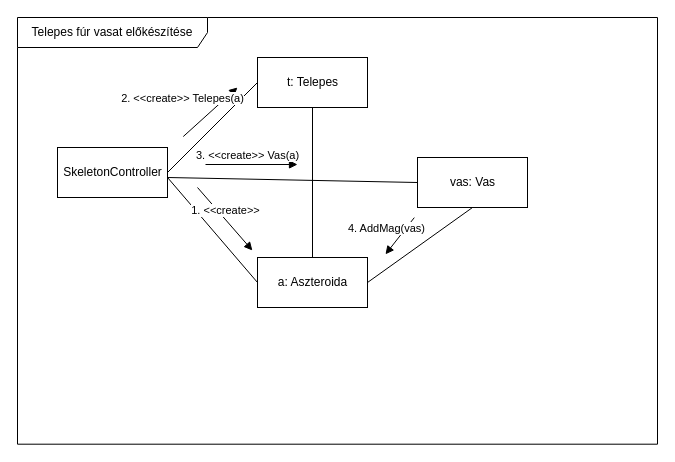
This is page "vas" (1 of 4) of doc/kommunikacio/kom_TelepesFur.drawio from torpeBoiGo/aszteroidabanyaszat, a draw.io file, before an edit. Source tidied: cells renumbered, new cells numbered last; positions are measured from the earlier drawing's top-left corner, leaving out a move shared by most shapes. Both pictures are drawn from the tidied source at 100%, with x=0, y=0 at pixel (17, 17).
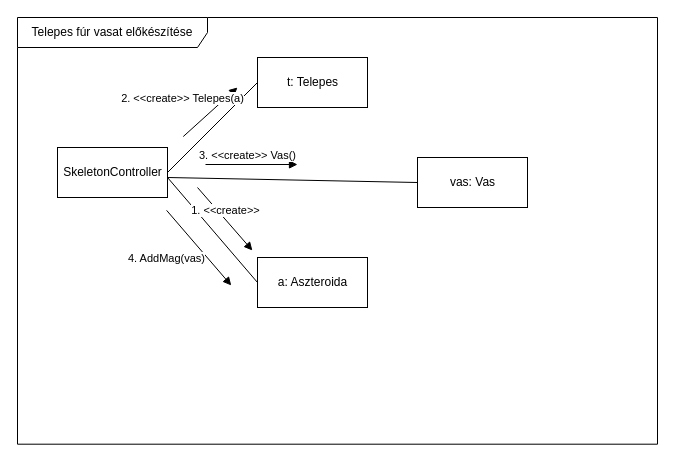
The same page after the edit.

Change to the diagram source:
```diff
@@
 <mxGraphModel background="#ffffff">
   <root>
     <mxCell id="0" />
     <mxCell id="1" parent="0" />
     <mxCell id="2" value="Telepes fúr vasat előkészítése" style="shape=umlFrame;whiteSpace=wrap;html=1;width=190;height=30;" parent="1" vertex="1">
       <mxGeometry width="640" height="426.7" as="geometry" />
     </mxCell>
     <mxCell id="3" value="SkeletonController" style="html=1;" parent="1" vertex="1">
       <mxGeometry x="40" y="130" width="110" height="50" as="geometry" />
     </mxCell>
     <mxCell id="4" value="t: Telepes" style="html=1;" parent="1" vertex="1">
       <mxGeometry x="240" y="40" width="110" height="50" as="geometry" />
     </mxCell>
     <mxCell id="5" value="a: Aszteroida" style="html=1;" parent="1" vertex="1">
       <mxGeometry x="240" y="240" width="110" height="50" as="geometry" />
     </mxCell>
     <mxCell id="6" value="vas: Vas" style="html=1;" parent="1" vertex="1">
       <mxGeometry x="400" y="140" width="110" height="50" as="geometry" />
     </mxCell>
     <mxCell id="7" style="endArrow=none;html=1;exitX=1;exitY=0.5;exitDx=0;exitDy=0;entryX=0;entryY=0.5;entryDx=0;entryDy=0;" parent="1" edge="1" source="3" target="4">
       <mxGeometry relative="1" as="geometry" />
     </mxCell>
     <mxCell id="8" value="2. &amp;lt;&amp;lt;create&amp;gt;&amp;gt; Telepes(a)" style="html=1;verticalAlign=bottom;endArrow=block;exitX=0.259;exitY=0.279;exitDx=0;exitDy=0;exitPerimeter=0;" parent="1" edge="1" source="2">
       <mxGeometry x="-0.47" y="22" relative="1" as="geometry">
         <mxPoint x="220" y="70" as="targetPoint" />
       </mxGeometry>
     </mxCell>
     <mxCell id="9" style="endArrow=none;html=1;entryX=0;entryY=0.5;entryDx=0;entryDy=0;" parent="1" edge="1" target="5">
       <mxGeometry relative="1" as="geometry">
         <mxPoint x="150" y="160" as="sourcePoint" />
       </mxGeometry>
     </mxCell>
     <mxCell id="10" value="1. &amp;lt;&amp;lt;create&amp;gt;&amp;gt;" style="html=1;verticalAlign=bottom;endArrow=block;entryX=0.367;entryY=0.546;entryDx=0;entryDy=0;entryPerimeter=0;" parent="1" edge="1" target="2">
       <mxGeometry relative="1" as="geometry">
         <mxPoint x="180" y="170" as="sourcePoint" />
       </mxGeometry>
     </mxCell>
-    <mxCell id="11" style="endArrow=none;html=1;entryX=0.5;entryY=1;entryDx=0;entryDy=0;" parent="1" edge="1" source="5" target="4">
-      <mxGeometry relative="1" as="geometry" />
-    </mxCell>
     <mxCell id="12" style="endArrow=none;html=1;entryX=0;entryY=0.5;entryDx=0;entryDy=0;" parent="1" edge="1" target="6">
       <mxGeometry relative="1" as="geometry">
         <mxPoint x="150" y="160" as="sourcePoint" />
       </mxGeometry>
     </mxCell>
-    <mxCell id="13" value="3. &amp;lt;&amp;lt;create&amp;gt;&amp;gt; Vas(a)" style="html=1;verticalAlign=bottom;endArrow=block;" parent="1" edge="1">
+    <mxCell id="13" value="3. &amp;lt;&amp;lt;create&amp;gt;&amp;gt; Vas()" style="html=1;verticalAlign=bottom;endArrow=block;" parent="1" edge="1">
       <mxGeometry x="-0.09" relative="1" as="geometry">
         <mxPoint x="188" y="147" as="sourcePoint" />
         <mxPoint x="280" y="147" as="targetPoint" />
       </mxGeometry>
     </mxCell>
-    <mxCell id="14" style="endArrow=none;html=1;exitX=1;exitY=0.5;exitDx=0;exitDy=0;entryX=0.5;entryY=1;entryDx=0;entryDy=0;" parent="1" edge="1" source="5" target="6">
-      <mxGeometry relative="1" as="geometry" />
-    </mxCell>
-    <mxCell id="15" value="4. AddMag(vas)" style="html=1;verticalAlign=bottom;endArrow=block;exitX=0.62;exitY=0.469;exitDx=0;exitDy=0;exitPerimeter=0;entryX=0.575;entryY=0.555;entryDx=0;entryDy=0;entryPerimeter=0;" parent="1" edge="1" source="2" target="2">
-      <mxGeometry x="0.43" y="-10" relative="1" as="geometry" />
+    <mxCell id="15" value="4. AddMag(vas)" style="html=1;verticalAlign=bottom;endArrow=block;exitX=0.233;exitY=0.452;exitDx=0;exitDy=0;exitPerimeter=0;entryX=0.334;entryY=0.628;entryDx=0;entryDy=0;entryPerimeter=0;" parent="1" edge="1" source="2" target="2">
+      <mxGeometry x="-0.13" y="-37" relative="1" as="geometry" />
     </mxCell>
   </root>
 </mxGraphModel>
```
